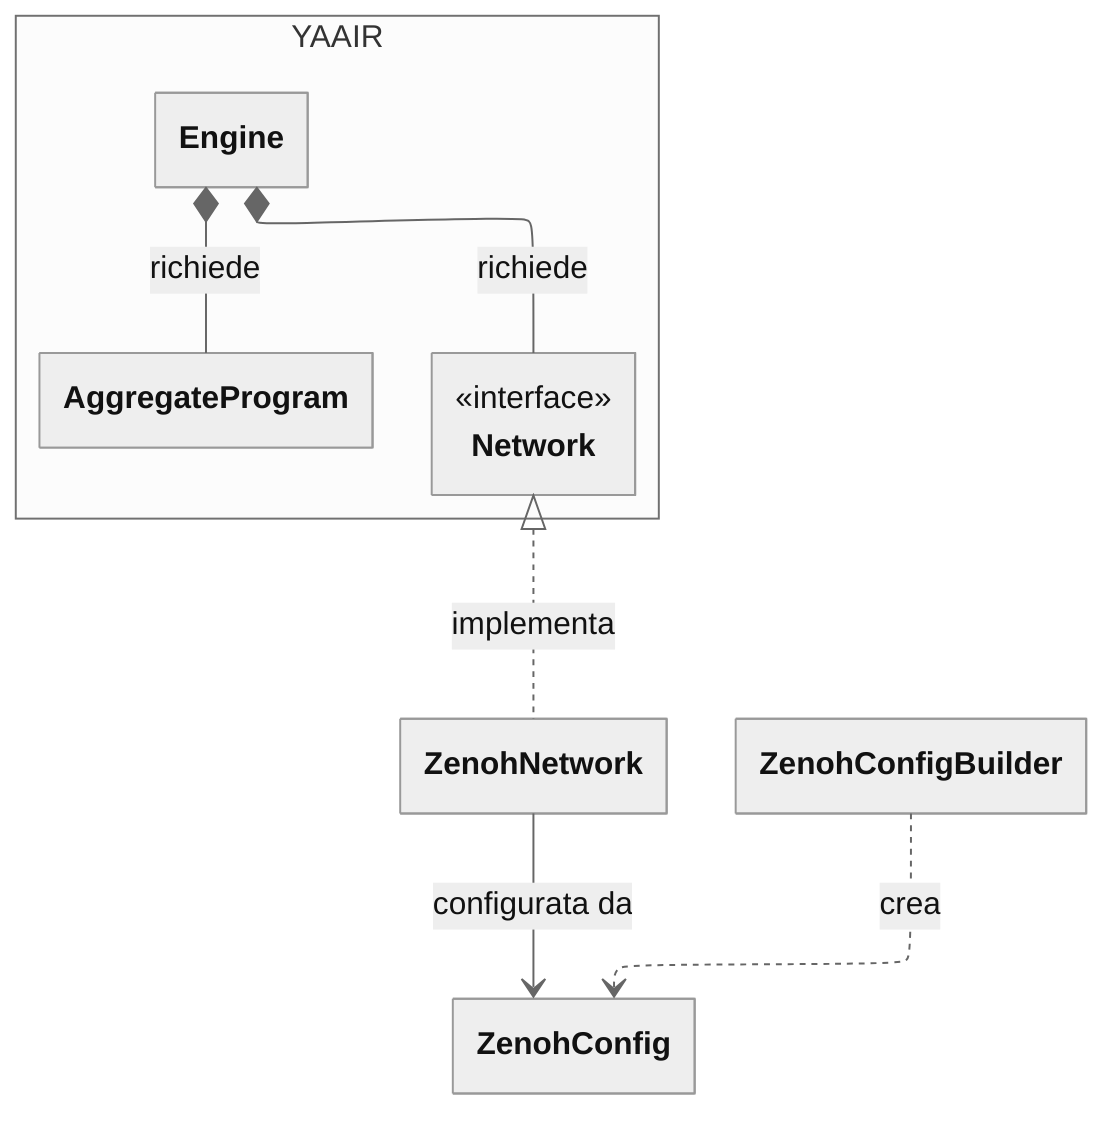
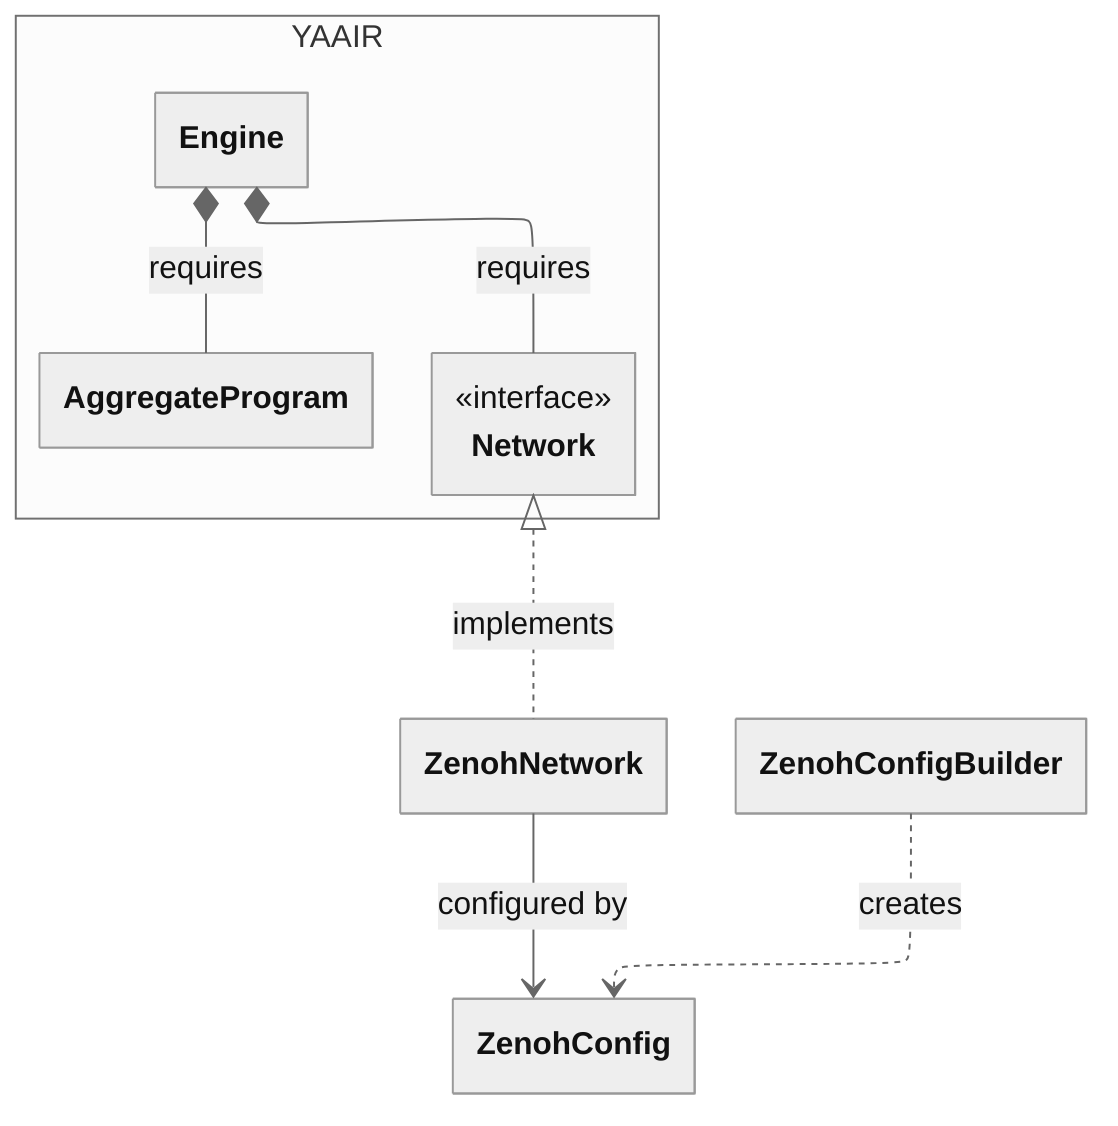
---
  config:
    layout: elk
    theme: neutral
    class:
      hideEmptyMembersBox: true
---

classDiagram
    namespace YAAIR {
        class Engine { }
        class Network {
            <<interface>>
        }
        class AggregateProgram {  }
    }

    class ZenohNetwork { }

    class ZenohConfigBuilder { }

    class ZenohConfig { }

-     Engine *-- AggregateProgram : richiede
-     Engine *-- Network : richiede
-     Network <|.. ZenohNetwork : implementa
-     ZenohNetwork --> ZenohConfig : configurata da
-     ZenohConfigBuilder ..> ZenohConfig : crea
+     Engine *-- AggregateProgram : requires
+     Engine *-- Network : requires
+     Network <|.. ZenohNetwork : implements
+     ZenohNetwork --> ZenohConfig : configured by
+     ZenohConfigBuilder ..> ZenohConfig : creates
